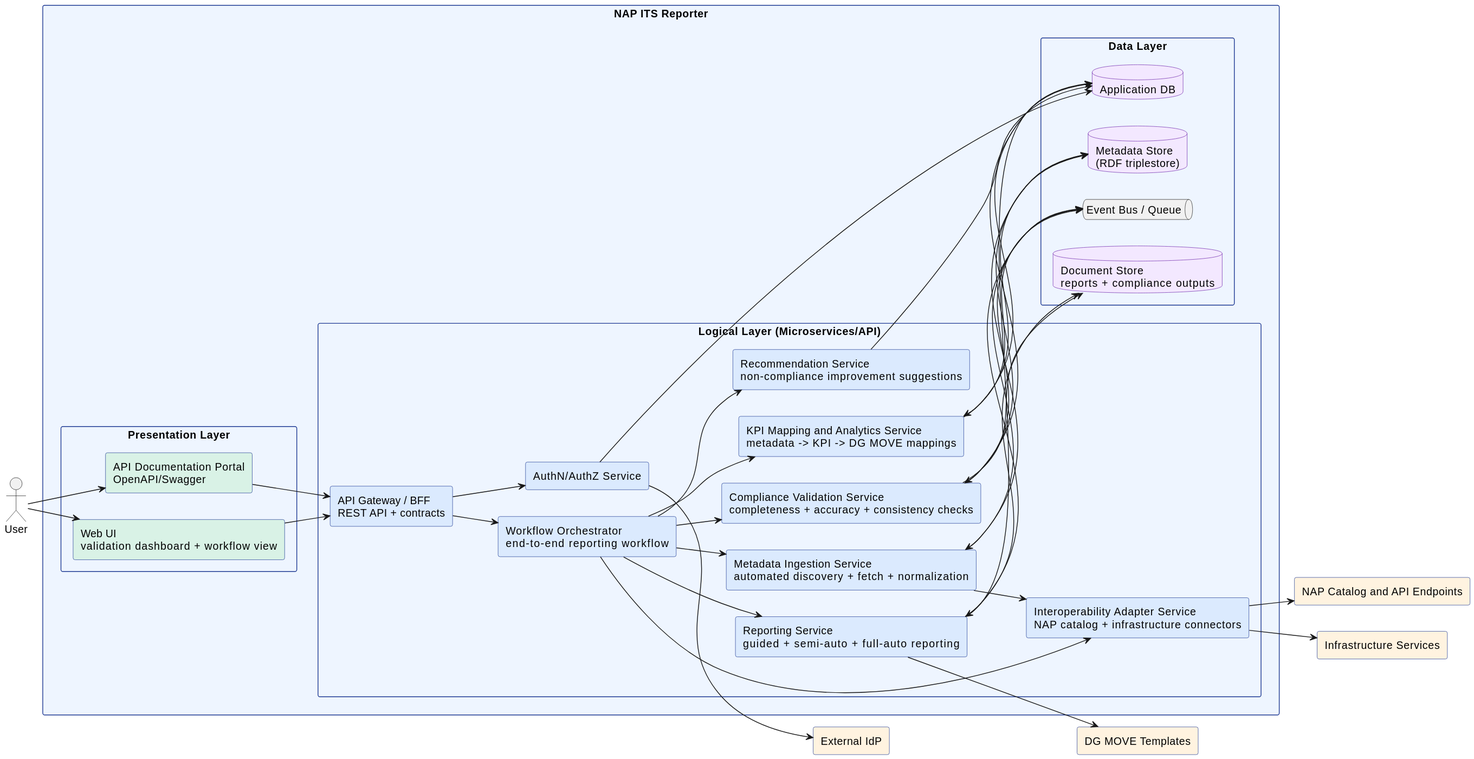
This is Napcore-ITS-Reporting/docs/architecture/svg/container.svg from UM-KGPI/Napcore-ITS-Reporting, a PlantUML export, as it was before one commit.
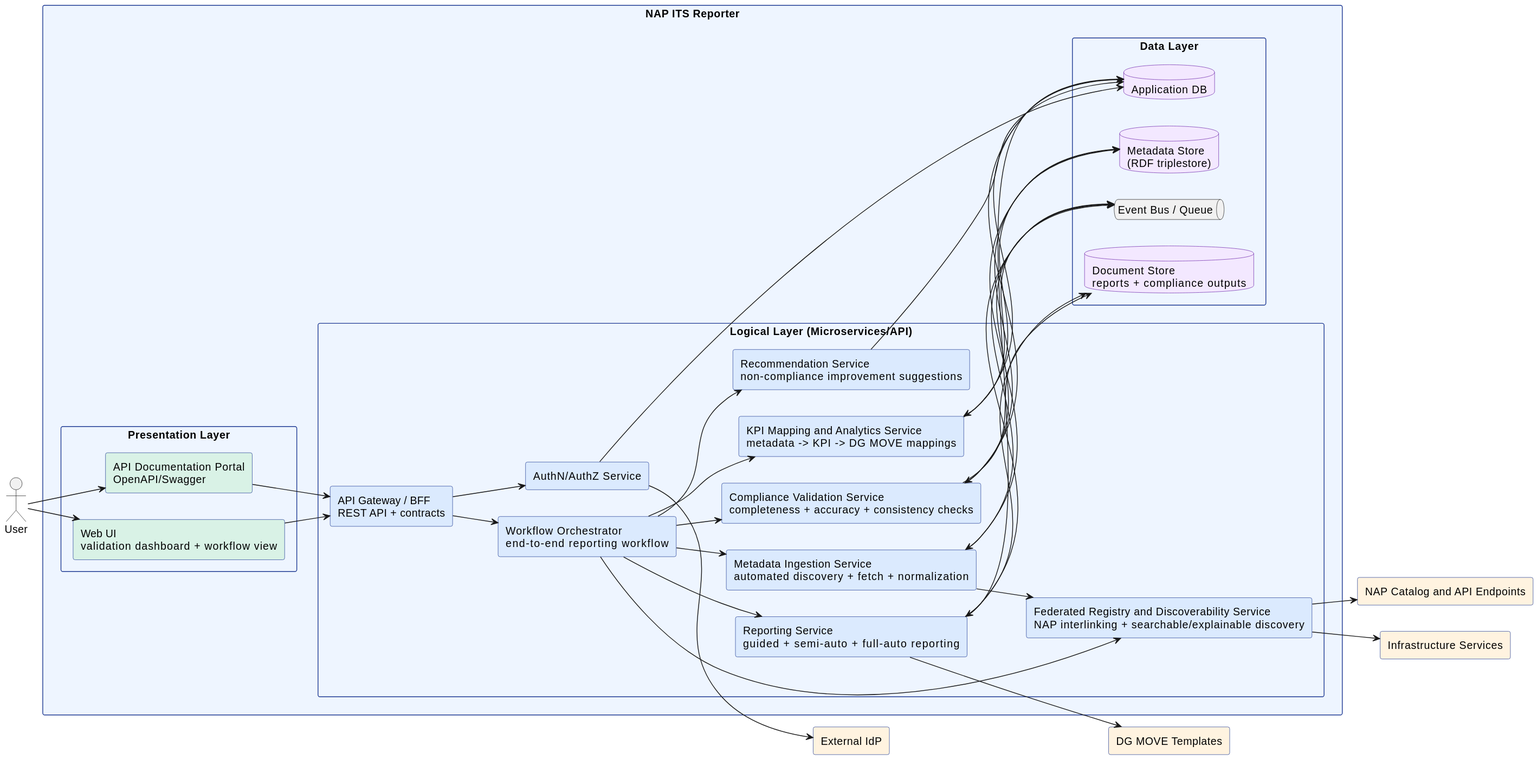
The same diagram one commit later.

Commit message:
Adopt Federated Registry and Discoverability pattern across C4 docs

The edit, as a diff of the source:
```diff
@@ -24,7 +24,7 @@
   package "Logical Layer (Microservices/API)" {
     rectangle "API Gateway / BFF\nREST API + contracts" as BFF #dbeafe
     rectangle "Metadata Ingestion Service\nautomated discovery + fetch + normalization" as ING #dbeafe
-    rectangle "Interoperability Adapter Service\nNAP catalog + infrastructure connectors" as INTEROP #dbeafe
+    rectangle "Federated Registry and Discoverability Service\nNAP interlinking + searchable/explainable discovery" as REGDISC #dbeafe
     rectangle "Compliance Validation Service\ncompleteness + accuracy + consistency checks" as VAL #dbeafe
     rectangle "KPI Mapping and Analytics Service\nmetadata -> KPI -> DG MOVE mappings" as KPI #dbeafe
     rectangle "Reporting Service\nguided + semi-auto + full-auto reporting" as REP #dbeafe
@@ -54,15 +54,15 @@
 BFF --> WF
 
 WF --> ING
-WF --> INTEROP
+WF --> REGDISC
 WF --> VAL
 WF --> KPI
 WF --> REP
 WF --> REC
 
-ING --> INTEROP
-INTEROP --> NAP
-INTEROP --> INFRA
+ING --> REGDISC
+REGDISC --> NAP
+REGDISC --> INFRA
 ING --> META
 VAL --> META
 VAL --> APPDB
```
